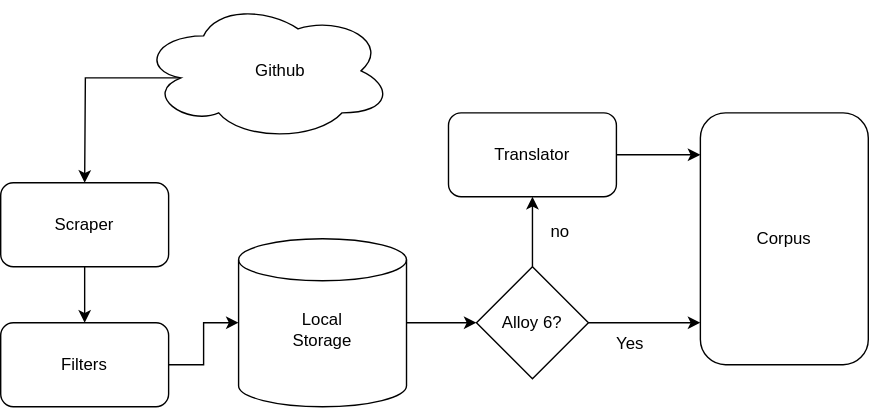
Earlier version of the draw.io export images/scraping.svg (MathewKJ2048/CS846-report-redux). Source tidied: cells renumbered, new cells last; positions are measured from the earlier drawing's top-left corner, leaving out a move shared by most shapes.
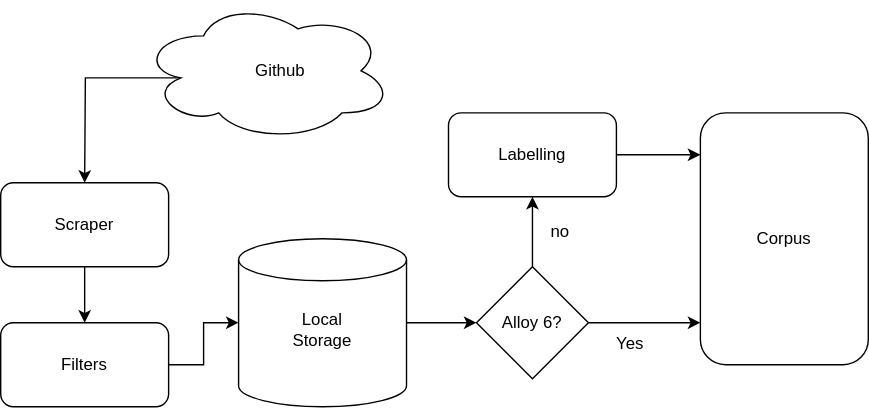
After the change.

Change to the diagram source:
```diff
@@ -51,7 +51,7 @@
     <mxCell id="16" style="rounded=1;whiteSpace=wrap;html=1;" parent="1" vertex="1">
       <mxGeometry x="320" y="80" width="120" height="60" as="geometry" />
     </mxCell>
-    <mxCell id="17" value="Translator" style="text;html=1;align=center;verticalAlign=middle;whiteSpace=wrap;rounded=0;" parent="1" vertex="1">
+    <mxCell id="17" value="Labelling" style="text;html=1;align=center;verticalAlign=middle;whiteSpace=wrap;rounded=0;" parent="1" vertex="1">
       <mxGeometry x="350" y="95" width="60" height="30" as="geometry" />
     </mxCell>
     <mxCell id="18" style="endArrow=classic;html=1;rounded=0;exitX=0.5;exitY=0;exitDx=0;exitDy=0;entryX=0.5;entryY=1;entryDx=0;entryDy=0;" parent="1" edge="1" source="14" target="16">
```
